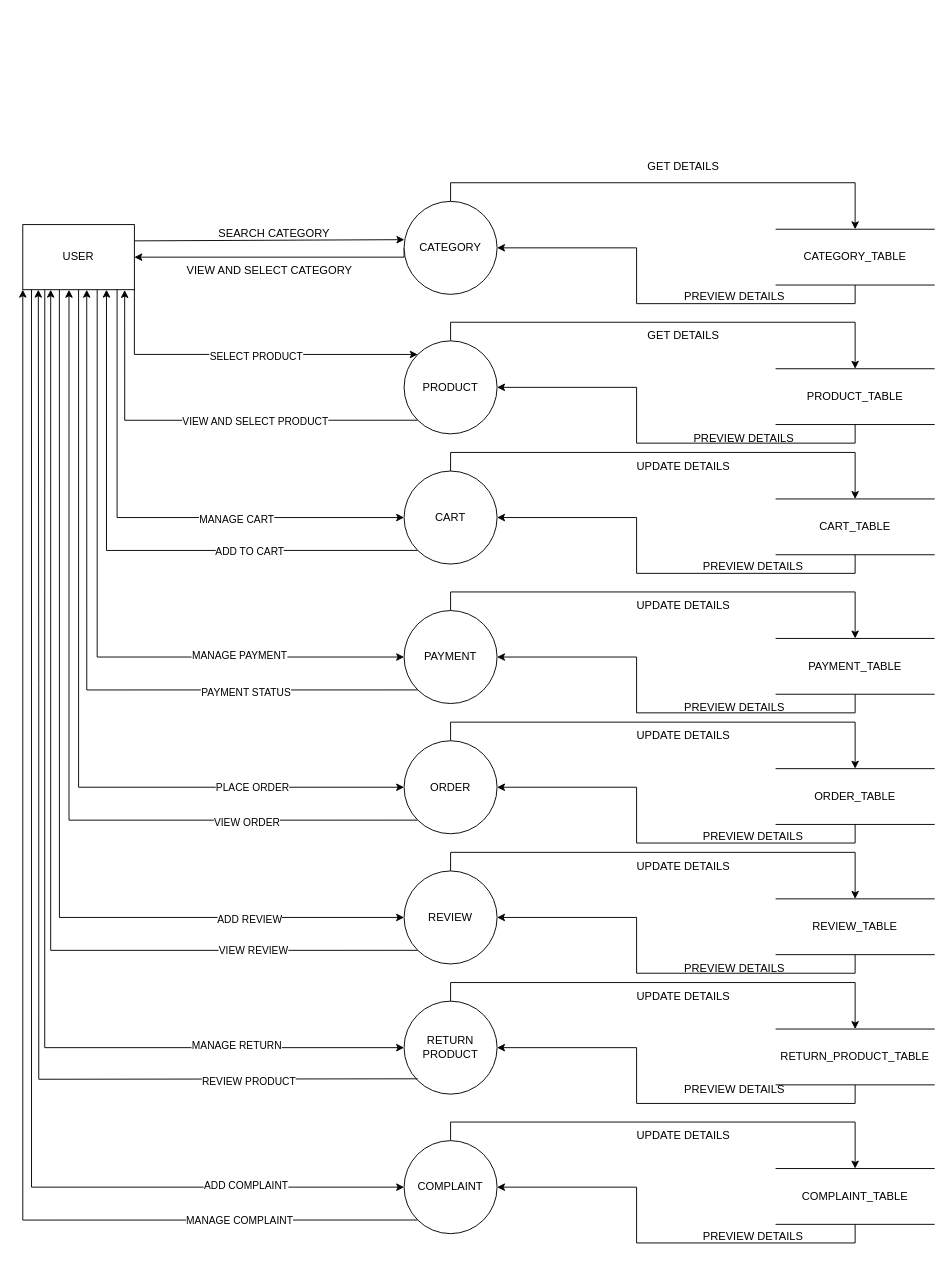
Earlier version of the draw.io diagram page "DFD-1(USER)" (12 of 18) of DOCUMENTATION.drawio (panchalbhavya2210/gift_documentation). Source tidied: cells renumbered, new cells numbered last; positions are measured from the earlier drawing's top-left corner, leaving out a move shared by most shapes. Both pictures are drawn from the tidied source at 93%, with x=0, y=0 at pixel (22, 153).
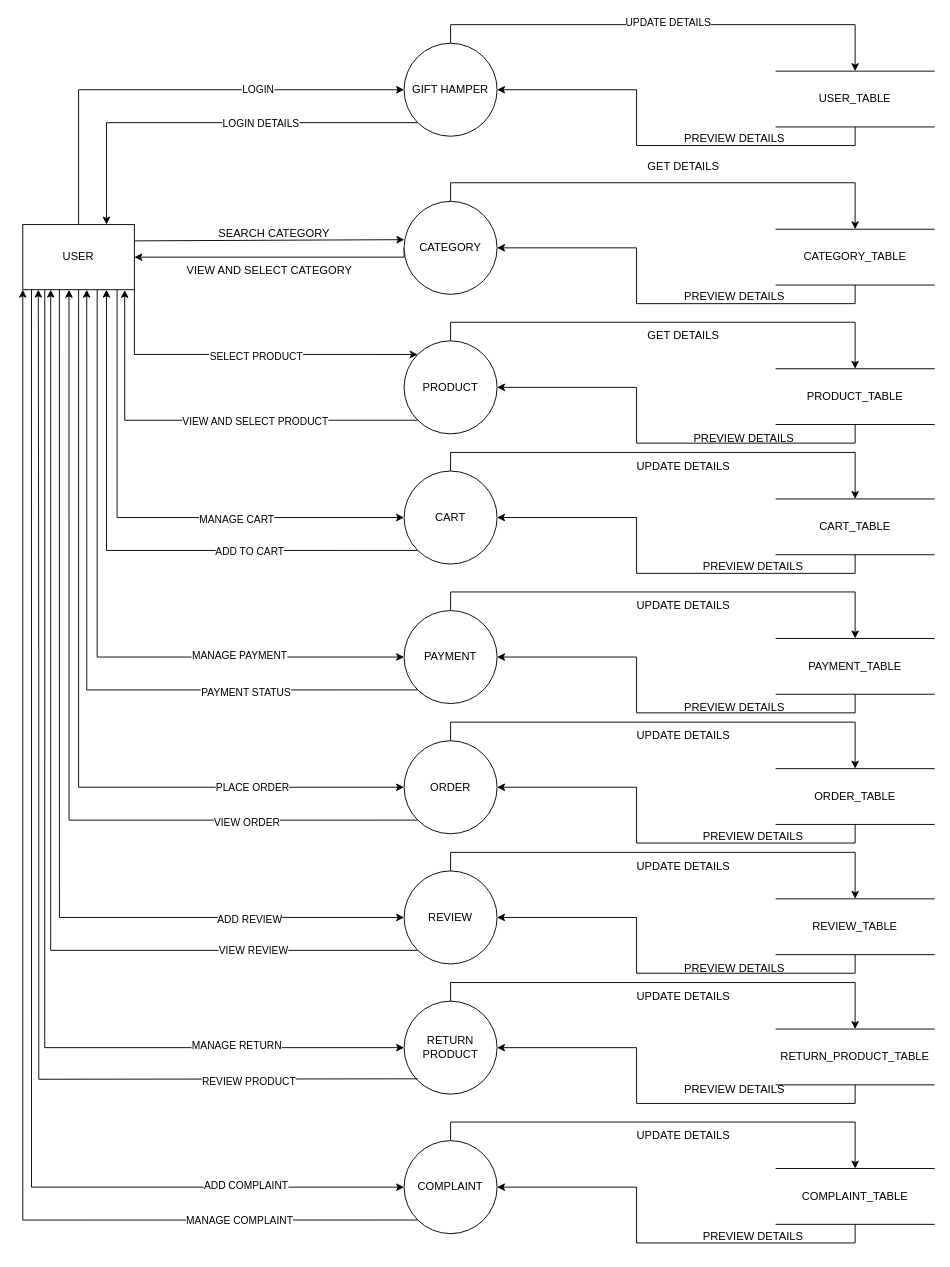
The same diagram, later.

The change refers to these unchanged cells:
```xml
<mxCell id="22" value="USER" style="rounded=0;whiteSpace=wrap;html=1;" parent="1" vertex="1">
  <mxGeometry y="77" width="120" height="70" as="geometry" />
</mxCell>
```

Diff of the diagram source:
```diff
@@
+    <mxCell id="83" style="edgeStyle=orthogonalEdgeStyle;rounded=0;jettySize=auto;html=1;exitX=0.5;exitY=0;exitDx=0;exitDy=0;entryX=0;entryY=0.5;entryDx=0;entryDy=0;" parent="1" edge="1" source="22" target="89">
+      <mxGeometry relative="1" as="geometry" />
+    </mxCell>
+    <mxCell id="84" value="LOGIN" style="edgeLabel;html=1;align=center;verticalAlign=middle;" parent="83" vertex="1">
+      <mxGeometry x="0.36" y="1" relative="1" as="geometry" />
+    </mxCell>
@@
+    <mxCell id="85" style="edgeStyle=orthogonalEdgeStyle;rounded=0;jettySize=auto;html=1;exitX=0.5;exitY=0;exitDx=0;exitDy=0;entryX=0.5;entryY=0;entryDx=0;entryDy=0;" parent="1" edge="1" source="89" target="91">
+      <mxGeometry relative="1" as="geometry" />
+    </mxCell>
+    <mxCell id="86" value="UPDATE DETAILS" style="edgeLabel;html=1;align=center;verticalAlign=middle;" parent="85" vertex="1">
+      <mxGeometry y="3" relative="1" as="geometry" />
+    </mxCell>
+    <mxCell id="87" style="edgeStyle=orthogonalEdgeStyle;rounded=0;jettySize=auto;html=1;exitX=0;exitY=1;exitDx=0;exitDy=0;entryX=0.75;entryY=0;entryDx=0;entryDy=0;" parent="1" edge="1" source="89" target="22">
+      <mxGeometry relative="1" as="geometry" />
+    </mxCell>
+    <mxCell id="88" value="LOGIN DETAILS" style="edgeLabel;html=1;align=center;verticalAlign=middle;" parent="87" vertex="1">
+      <mxGeometry x="-0.24" y="1" relative="1" as="geometry" />
+    </mxCell>
+    <mxCell id="89" value="GIFT HAMPER" style="ellipse;whiteSpace=wrap;html=1;" parent="1" vertex="1">
+      <mxGeometry x="410" y="-118" width="100" height="100" as="geometry" />
+    </mxCell>
+    <mxCell id="90" style="edgeStyle=orthogonalEdgeStyle;rounded=0;jettySize=auto;html=1;exitX=0.5;exitY=1;exitDx=0;exitDy=0;entryX=1;entryY=0.5;entryDx=0;entryDy=0;" parent="1" edge="1" source="91" target="89">
+      <mxGeometry relative="1" as="geometry" />
+    </mxCell>
+    <mxCell id="91" value="USER_TABLE" style="shape=partialRectangle;whiteSpace=wrap;html=1;left=0;right=0;fillColor=none;" parent="1" vertex="1">
+      <mxGeometry x="810" y="-88" width="170" height="60" as="geometry" />
+    </mxCell>
+    <mxCell id="92" value="PREVIEW DETAILS" style="text;html=1;align=center;verticalAlign=middle;strokeColor=none;fillColor=none;" parent="1" vertex="1">
+      <mxGeometry x="700" y="-30" width="130" height="30" as="geometry" />
+    </mxCell>
```
